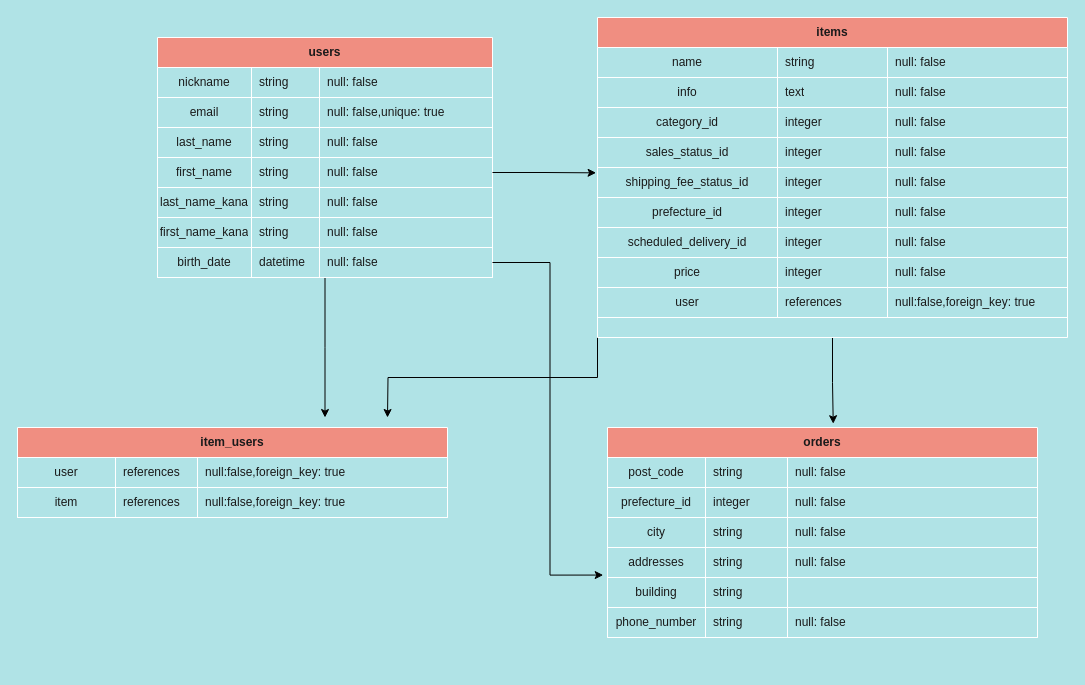
Before: er.dio in programmingnuoh/furima-33367, a draw.io diagram. Source tidied: cells renumbered, new cells numbered last; positions are measured from the earlier drawing's top-left corner, leaving out a move shared by most shapes. Both pictures are drawn from the tidied source at 100%, with x=0, y=0 at pixel (17, 17).
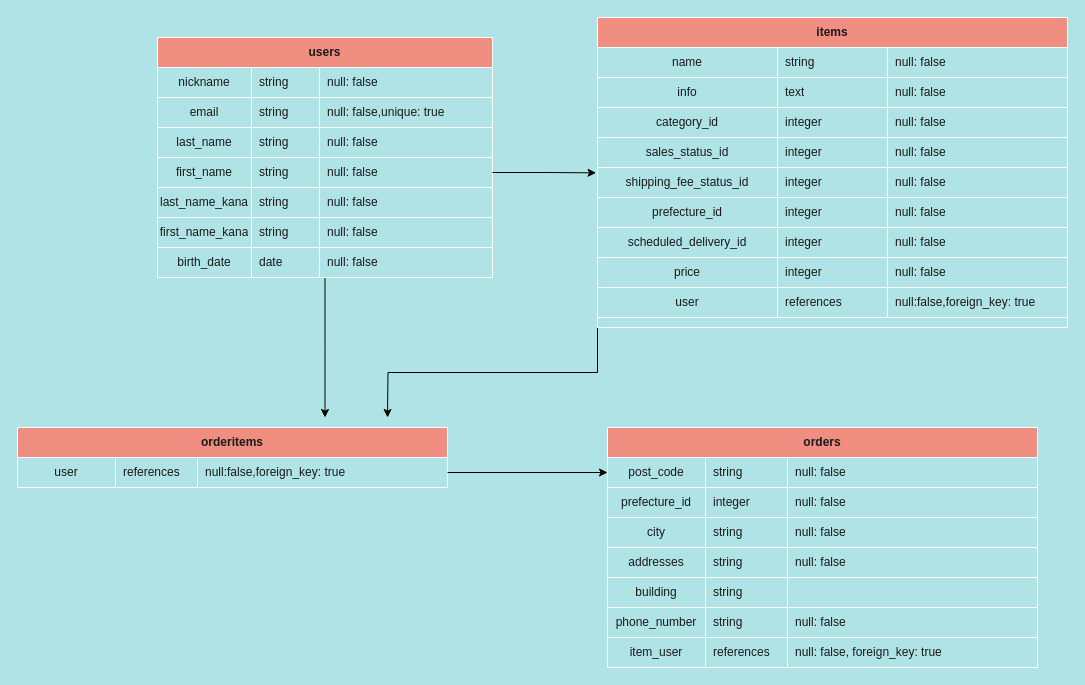
Above is the later version.

The change refers to these unchanged cells:
```xml
<mxCell id="28" style="shape=partialRectangle;html=1;whiteSpace=wrap;fillColor=none;top=0;left=0;bottom=0;right=0;points=[[0,0.5],[1,0.5]];portConstraint=eastwest;strokeColor=#FFFFFF;fontColor=#1A1A1A;" parent="3" vertex="1">
  <mxGeometry y="210" width="335" height="30" as="geometry" />
</mxCell>
<mxCell id="72" style="shape=partialRectangle;html=1;whiteSpace=wrap;fillColor=none;top=0;left=0;bottom=0;right=0;points=[[0,0.5],[1,0.5]];portConstraint=eastwest;strokeColor=#FFFFFF;fontColor=#1A1A1A;" parent="71" vertex="1">
  <mxGeometry y="30" width="430" height="30" as="geometry" />
</mxCell>
<mxCell id="81" style="shape=partialRectangle;html=1;whiteSpace=wrap;fillColor=none;top=0;left=0;bottom=0;right=0;points=[[0,0.5],[1,0.5]];portConstraint=eastwest;strokeColor=#FFFFFF;fontColor=#1A1A1A;" parent="80" vertex="1">
  <mxGeometry y="30" width="430" height="30" as="geometry" />
</mxCell>
<mxCell id="93" style="shape=partialRectangle;html=1;whiteSpace=wrap;fillColor=none;top=0;left=0;bottom=0;right=0;points=[[0,0.5],[1,0.5]];portConstraint=eastwest;strokeColor=#FFFFFF;fontColor=#1A1A1A;" parent="80" vertex="1">
  <mxGeometry y="120" width="430" height="30" as="geometry" />
</mxCell>
```

Diff of the diagram source:
```diff
@@
-    <mxCell id="30" value="&lt;span&gt;datetime&lt;/span&gt;" style="shape=partialRectangle;html=1;whiteSpace=wrap;fillColor=none;top=1;left=1;bottom=1;right=1;align=left;spacingLeft=6;overflow=hidden;strokeColor=#FFFFFF;fontColor=#1A1A1A;" parent="28" vertex="1">
+    <mxCell id="30" value="&lt;span&gt;date&lt;/span&gt;" style="shape=partialRectangle;html=1;whiteSpace=wrap;fillColor=none;top=1;left=1;bottom=1;right=1;align=left;spacingLeft=6;overflow=hidden;strokeColor=#FFFFFF;fontColor=#1A1A1A;" parent="28" vertex="1">
       <mxGeometry x="94" width="68" height="30" as="geometry" />
     </mxCell>
@@
-    <mxCell id="32" style="edgeStyle=orthogonalEdgeStyle;rounded=0;jettySize=auto;html=1;entryX=0.525;entryY=-0.018;entryDx=0;entryDy=0;entryPerimeter=0;" parent="1" edge="1" source="34" target="80">
-      <mxGeometry relative="1" as="geometry" />
-    </mxCell>
@@
     <mxCell id="34" value="items" style="shape=table;html=1;whiteSpace=wrap;startSize=30;childLayout=tableLayout;rowLines=0;fontStyle=1;align=center;fillColor=#F08E81;strokeColor=#FFFFFF;fontColor=#1A1A1A;" parent="1" vertex="1">
-      <mxGeometry x="580" width="470" height="320" as="geometry" />
+      <mxGeometry x="580" width="470" height="310" as="geometry" />
     </mxCell>
@@
-    <mxCell id="71" value="item_users" style="shape=table;html=1;whiteSpace=wrap;startSize=30;childLayout=tableLayout;rowLines=0;fontStyle=1;align=center;fillColor=#F08E81;strokeColor=#FFFFFF;fontColor=#1A1A1A;" parent="1" vertex="1">
-      <mxGeometry y="410" width="430" height="90" as="geometry" />
+    <mxCell id="71" value="orderitems" style="shape=table;html=1;whiteSpace=wrap;startSize=30;childLayout=tableLayout;rowLines=0;fontStyle=1;align=center;fillColor=#F08E81;strokeColor=#FFFFFF;fontColor=#1A1A1A;" parent="1" vertex="1">
+      <mxGeometry y="410" width="430" height="60" as="geometry" />
     </mxCell>
@@
-    <mxCell id="76" style="shape=partialRectangle;html=1;whiteSpace=wrap;fillColor=none;top=0;left=0;bottom=0;right=0;strokeColor=#FFFFFF;fontColor=#1A1A1A;" parent="71" vertex="1">
-      <mxGeometry y="60" width="430" height="30" as="geometry" />
-    </mxCell>
-    <mxCell id="77" value="item" style="shape=partialRectangle;html=1;whiteSpace=wrap;fillColor=none;top=1;left=1;bottom=1;right=1;overflow=hidden;sketch=0;shadow=0;strokeColor=#FFFFFF;fontColor=#1A1A1A;" parent="76" vertex="1">
-      <mxGeometry width="98" height="30" as="geometry" />
-    </mxCell>
-    <mxCell id="78" value="references" style="shape=partialRectangle;html=1;whiteSpace=wrap;fillColor=none;top=1;left=1;bottom=1;right=1;align=left;spacingLeft=6;overflow=hidden;strokeColor=#FFFFFF;fontColor=#1A1A1A;" parent="76" vertex="1">
-      <mxGeometry x="98" width="82" height="30" as="geometry" />
-    </mxCell>
-    <mxCell id="79" value="&lt;span&gt;null:false,foreign_key: true&lt;/span&gt;" style="shape=partialRectangle;html=1;whiteSpace=wrap;fillColor=none;top=1;left=1;bottom=1;right=1;align=left;spacingLeft=6;overflow=hidden;strokeColor=#FFFFFF;fontColor=#1A1A1A;" parent="76" vertex="1">
-      <mxGeometry x="180" width="250" height="30" as="geometry" />
-    </mxCell>
     <mxCell id="80" value="orders" style="shape=table;html=1;whiteSpace=wrap;startSize=30;childLayout=tableLayout;rowLines=0;fontStyle=1;align=center;fillColor=#F08E81;strokeColor=#FFFFFF;fontColor=#1A1A1A;" parent="1" vertex="1">
-      <mxGeometry x="590" y="410" width="430" height="210" as="geometry" />
+      <mxGeometry x="590" y="410" width="430" height="240" as="geometry" />
     </mxCell>
@@
+    <mxCell id="107" style="shape=partialRectangle;html=1;whiteSpace=wrap;fillColor=none;top=0;left=0;bottom=0;right=0;strokeColor=#FFFFFF;fontColor=#1A1A1A;" parent="80" vertex="1">
+      <mxGeometry y="210" width="430" height="30" as="geometry" />
+    </mxCell>
+    <mxCell id="108" value="item_user" style="shape=partialRectangle;html=1;whiteSpace=wrap;fillColor=none;top=1;left=1;bottom=1;right=1;overflow=hidden;sketch=0;shadow=0;strokeColor=#FFFFFF;fontColor=#1A1A1A;" parent="107" vertex="1">
+      <mxGeometry width="98" height="30" as="geometry" />
+    </mxCell>
+    <mxCell id="78" value="references" style="shape=partialRectangle;html=1;whiteSpace=wrap;fillColor=none;top=1;left=1;bottom=1;right=1;align=left;spacingLeft=6;overflow=hidden;strokeColor=#FFFFFF;fontColor=#1A1A1A;" parent="107" vertex="1">
+      <mxGeometry x="98" width="82" height="30" as="geometry" />
+    </mxCell>
+    <mxCell id="109" value="null: false, foreign_key: true" style="shape=partialRectangle;html=1;whiteSpace=wrap;fillColor=none;top=1;left=1;bottom=1;right=1;align=left;spacingLeft=6;overflow=hidden;strokeColor=#FFFFFF;fontColor=#1A1A1A;" parent="107" vertex="1">
+      <mxGeometry x="180" width="250" height="30" as="geometry" />
+    </mxCell>
@@
-    <mxCell id="106" style="edgeStyle=orthogonalEdgeStyle;rounded=0;jettySize=auto;html=1;exitX=1;exitY=0.5;exitDx=0;exitDy=0;entryX=-0.01;entryY=0.919;entryDx=0;entryDy=0;entryPerimeter=0;" parent="1" edge="1" source="28" target="93">
-      <mxGeometry relative="1" as="geometry" />
-    </mxCell>
+    <mxCell id="110" style="edgeStyle=orthogonalEdgeStyle;rounded=0;jettySize=auto;html=1;exitX=1;exitY=0.5;exitDx=0;exitDy=0;entryX=0;entryY=0.5;entryDx=0;entryDy=0;" parent="1" edge="1" source="72" target="81">
+      <mxGeometry relative="1" as="geometry" />
+    </mxCell>
```
